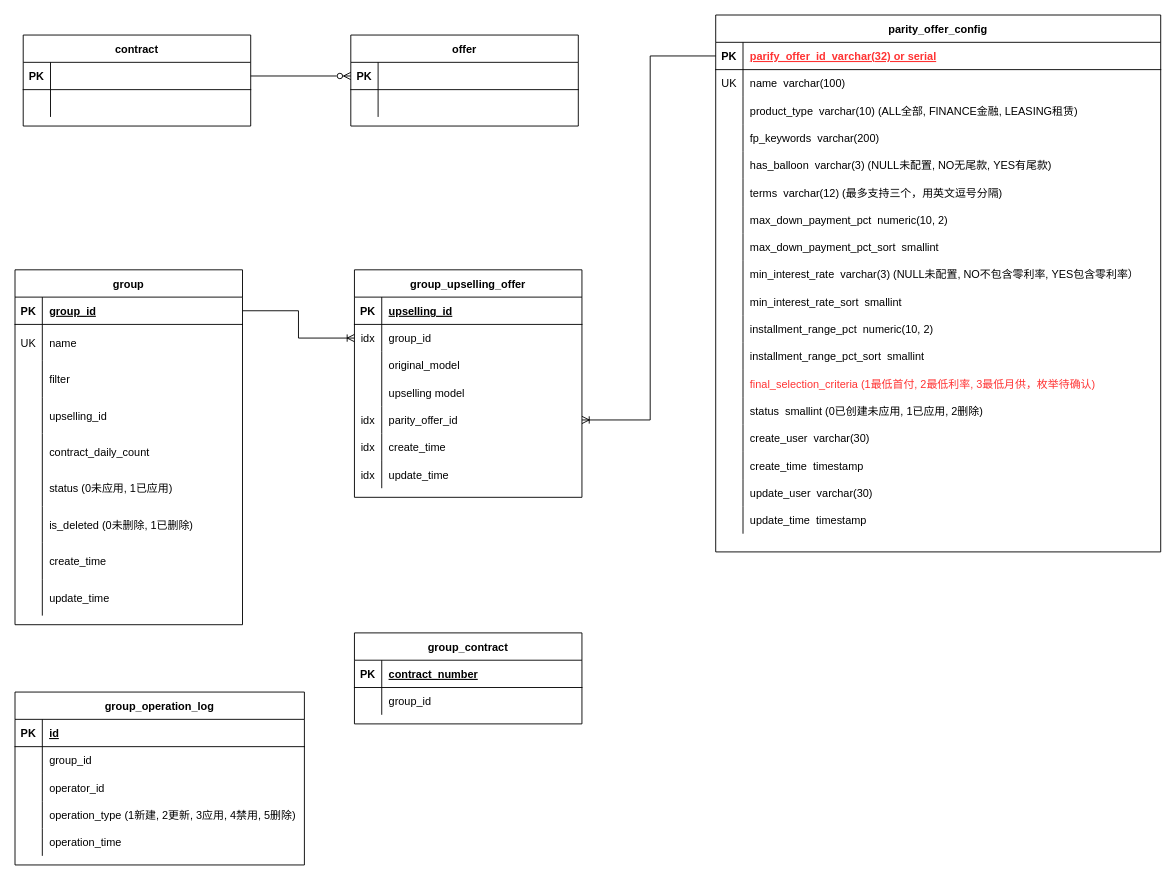
Above: insight.drawio in likun0121/insight (draw.io), before the change. Source tidied: cells renumbered, new cells numbered last; positions are measured from the earlier drawing's top-left corner, leaving out a move shared by most shapes. Both pictures are drawn from the tidied source at 91%, with x=0, y=0 at pixel (15, 15).
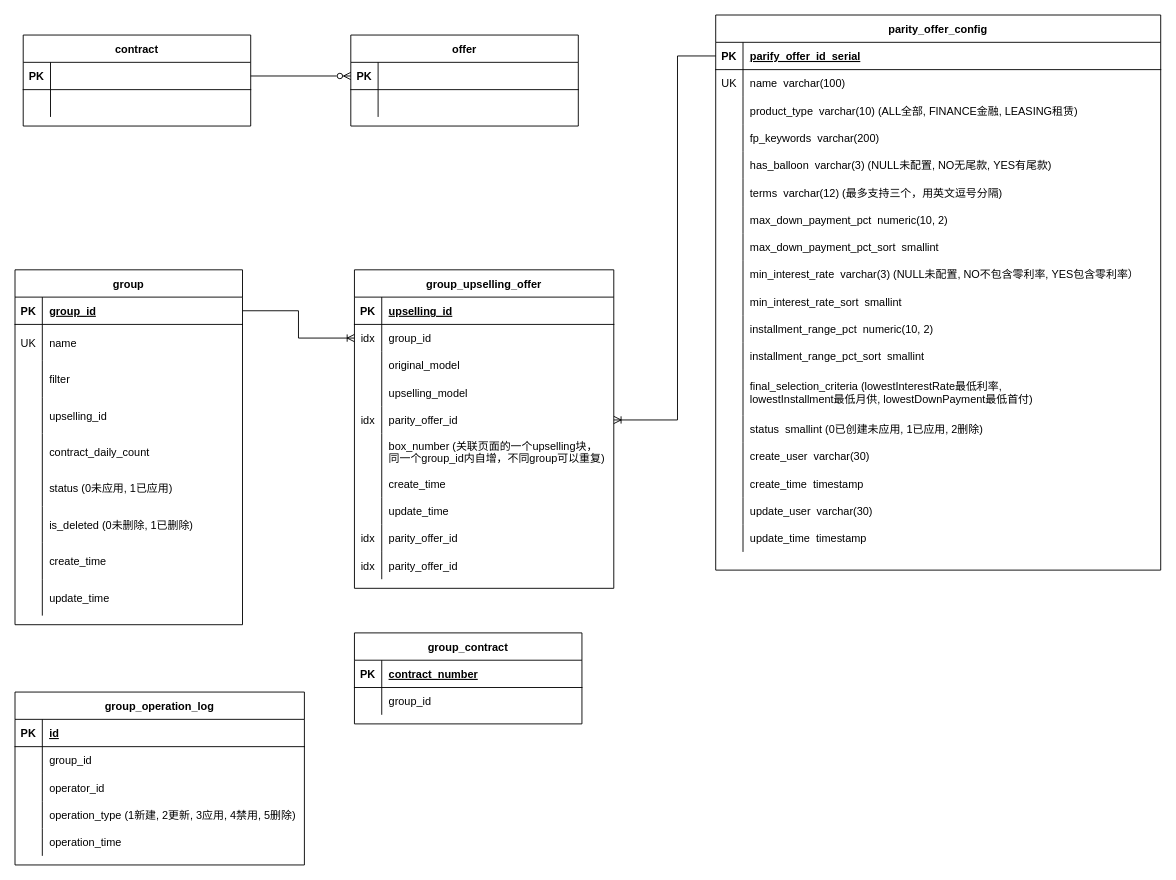
Above is the later version.

The change refers to these unchanged cells:
```xml
<mxCell id="46" style="shape=partialRectangle;fillColor=none;points=[[0,0.5],[1,0.5]];portConstraint=eastwest;top=0;left=0;right=0;bottom=1;" parent="45" vertex="1">
  <mxGeometry y="30" width="489" height="30" as="geometry" />
</mxCell>
```

Change to the diagram source:
```diff
@@
     <mxCell id="45" value="parity_offer_config" style="shape=table;startSize=30;childLayout=tableLayout;rowLines=0;fontStyle=1;align=center;" parent="1" vertex="1">
-      <mxGeometry x="770" width="489" height="590" as="geometry" />
+      <mxGeometry x="770" width="489" height="610" as="geometry" />
     </mxCell>
@@
-    <mxCell id="48" value="parify_offer_id  varchar(32) or serial" style="shape=partialRectangle;overflow=hidden;fillColor=none;top=0;left=0;bottom=0;right=0;align=left;spacingLeft=6;fontStyle=5;fontColor=#FF3333;" parent="46" vertex="1">
+    <mxCell id="48" value="parify_offer_id  serial" style="shape=partialRectangle;overflow=hidden;fillColor=none;top=0;left=0;bottom=0;right=0;align=left;spacingLeft=6;fontStyle=5;fontColor=#000000;" parent="46" vertex="1">
       <mxGeometry x="30" width="459" height="30" as="geometry" />
     </mxCell>
@@
     <mxCell id="82" style="shape=partialRectangle;fillColor=none;top=0;left=0;right=0;bottom=0;" parent="45" vertex="1">
-      <mxGeometry y="390" width="489" height="30" as="geometry" />
+      <mxGeometry y="390" width="489" height="50" as="geometry" />
     </mxCell>
     <mxCell id="83" style="shape=partialRectangle;overflow=hidden;fillColor=none;top=0;left=0;bottom=0;right=0;" parent="82" vertex="1">
-      <mxGeometry width="30" height="30" as="geometry" />
+      <mxGeometry width="30" height="50" as="geometry" />
     </mxCell>
-    <mxCell id="84" value="final_selection_criteria (1最低首付, 2最低利率, 3最低月供，枚举待确认)" style="shape=partialRectangle;overflow=hidden;fillColor=none;top=0;left=0;bottom=0;right=0;align=left;spacingLeft=6;fontColor=#FF3333;" parent="82" vertex="1">
-      <mxGeometry x="30" width="459" height="30" as="geometry" />
+    <mxCell id="84" value="final_selection_criteria (lowestInterestRate最低利率, &#10;lowestInstallment最低月供, lowestDownPayment最低首付)" style="shape=partialRectangle;overflow=hidden;fillColor=none;top=0;left=0;bottom=0;right=0;align=left;spacingLeft=6;fontColor=#000000;" parent="82" vertex="1">
+      <mxGeometry x="30" width="459" height="50" as="geometry" />
     </mxCell>
     <mxCell id="85" style="shape=partialRectangle;fillColor=none;top=0;left=0;right=0;bottom=0;" parent="45" vertex="1">
-      <mxGeometry y="420" width="489" height="30" as="geometry" />
+      <mxGeometry y="440" width="489" height="30" as="geometry" />
     </mxCell>
@@
     <mxCell id="88" style="shape=partialRectangle;fillColor=none;top=0;left=0;right=0;bottom=0;" parent="45" vertex="1">
-      <mxGeometry y="450" width="489" height="30" as="geometry" />
+      <mxGeometry y="470" width="489" height="30" as="geometry" />
     </mxCell>
@@
     <mxCell id="91" style="shape=partialRectangle;fillColor=none;top=0;left=0;right=0;bottom=0;" parent="45" vertex="1">
-      <mxGeometry y="480" width="489" height="30" as="geometry" />
+      <mxGeometry y="500" width="489" height="30" as="geometry" />
     </mxCell>
@@
     <mxCell id="94" style="shape=partialRectangle;fillColor=none;top=0;left=0;right=0;bottom=0;" parent="45" vertex="1">
-      <mxGeometry y="510" width="489" height="30" as="geometry" />
+      <mxGeometry y="530" width="489" height="30" as="geometry" />
     </mxCell>
@@
     <mxCell id="97" style="shape=partialRectangle;fillColor=none;top=0;left=0;right=0;bottom=0;" parent="45" vertex="1">
-      <mxGeometry y="540" width="489" height="30" as="geometry" />
+      <mxGeometry y="560" width="489" height="30" as="geometry" />
     </mxCell>
@@
     <mxCell id="100" value="group_upselling_offer" style="shape=table;startSize=30;childLayout=tableLayout;rowLines=0;fontStyle=1;align=center;" parent="1" vertex="1">
-      <mxGeometry x="373" y="280" width="250" height="250" as="geometry" />
+      <mxGeometry x="373" y="280" width="285" height="350" as="geometry" />
     </mxCell>
     <mxCell id="101" style="shape=partialRectangle;fillColor=none;top=0;left=0;right=0;bottom=1;" parent="100" vertex="1">
-      <mxGeometry y="30" width="250" height="30" as="geometry" />
+      <mxGeometry y="30" width="285" height="30" as="geometry" />
     </mxCell>
@@
     <mxCell id="103" value="upselling_id" style="shape=partialRectangle;overflow=hidden;fillColor=none;top=0;left=0;bottom=0;right=0;align=left;spacingLeft=6;fontStyle=5;" parent="101" vertex="1">
-      <mxGeometry x="30" width="220" height="30" as="geometry" />
+      <mxGeometry x="30" width="255" height="30" as="geometry" />
     </mxCell>
     <mxCell id="104" style="shape=partialRectangle;fillColor=none;points=[[0,0.5],[1,0.5]];portConstraint=eastwest;top=0;left=0;right=0;bottom=0;" parent="100" vertex="1">
-      <mxGeometry y="60" width="250" height="30" as="geometry" />
+      <mxGeometry y="60" width="285" height="30" as="geometry" />
     </mxCell>
@@
     <mxCell id="106" value="group_id" style="shape=partialRectangle;overflow=hidden;fillColor=none;top=0;left=0;bottom=0;right=0;align=left;spacingLeft=6;" parent="104" vertex="1">
-      <mxGeometry x="30" width="220" height="30" as="geometry" />
+      <mxGeometry x="30" width="255" height="30" as="geometry" />
     </mxCell>
     <mxCell id="107" style="shape=partialRectangle;fillColor=none;top=0;left=0;right=0;bottom=0;" parent="100" vertex="1">
-      <mxGeometry y="90" width="250" height="30" as="geometry" />
+      <mxGeometry y="90" width="285" height="30" as="geometry" />
     </mxCell>
@@
     <mxCell id="109" value="original_model" style="shape=partialRectangle;overflow=hidden;fillColor=none;top=0;left=0;bottom=0;right=0;align=left;spacingLeft=6;" parent="107" vertex="1">
-      <mxGeometry x="30" width="220" height="30" as="geometry" />
+      <mxGeometry x="30" width="255" height="30" as="geometry" />
     </mxCell>
     <mxCell id="110" style="shape=partialRectangle;fillColor=none;top=0;left=0;right=0;bottom=0;" parent="100" vertex="1">
-      <mxGeometry y="120" width="250" height="30" as="geometry" />
+      <mxGeometry y="120" width="285" height="30" as="geometry" />
     </mxCell>
@@
-    <mxCell id="112" value="upselling model" style="shape=partialRectangle;overflow=hidden;fillColor=none;top=0;left=0;bottom=0;right=0;align=left;spacingLeft=6;" parent="110" vertex="1">
-      <mxGeometry x="30" width="220" height="30" as="geometry" />
+    <mxCell id="112" value="upselling_model" style="shape=partialRectangle;overflow=hidden;fillColor=none;top=0;left=0;bottom=0;right=0;align=left;spacingLeft=6;" parent="110" vertex="1">
+      <mxGeometry x="30" width="255" height="30" as="geometry" />
     </mxCell>
     <mxCell id="113" style="shape=partialRectangle;fillColor=none;points=[[0,0.5],[1,0.5]];portConstraint=eastwest;top=0;left=0;right=0;bottom=0;" parent="100" vertex="1">
-      <mxGeometry y="150" width="250" height="30" as="geometry" />
+      <mxGeometry y="150" width="285" height="30" as="geometry" />
     </mxCell>
@@
     <mxCell id="115" value="parity_offer_id" style="shape=partialRectangle;overflow=hidden;fillColor=none;top=0;left=0;bottom=0;right=0;align=left;spacingLeft=6;" parent="113" vertex="1">
-      <mxGeometry x="30" width="220" height="30" as="geometry" />
+      <mxGeometry x="30" width="255" height="30" as="geometry" />
     </mxCell>
+    <mxCell id="147" style="shape=partialRectangle;fillColor=none;top=0;left=0;right=0;bottom=0;" parent="100" vertex="1">
+      <mxGeometry y="180" width="285" height="40" as="geometry" />
+    </mxCell>
+    <mxCell id="148" style="shape=partialRectangle;overflow=hidden;fillColor=none;top=0;left=0;bottom=0;right=0;" parent="147" vertex="1">
+      <mxGeometry width="30" height="40" as="geometry" />
+    </mxCell>
+    <mxCell id="149" value="box_number (关联页面的一个upselling块，&#10;同一个group_id内自增，不同group可以重复)" style="shape=partialRectangle;overflow=hidden;fillColor=none;top=0;left=0;bottom=0;right=0;align=left;spacingLeft=6;" parent="147" vertex="1">
+      <mxGeometry x="30" width="255" height="40" as="geometry" />
+    </mxCell>
     <mxCell id="116" style="shape=partialRectangle;fillColor=none;top=0;left=0;right=0;bottom=0;" parent="100" vertex="1">
-      <mxGeometry y="180" width="250" height="30" as="geometry" />
+      <mxGeometry y="220" width="285" height="30" as="geometry" />
     </mxCell>
-    <mxCell id="117" value="idx" style="shape=partialRectangle;overflow=hidden;fillColor=none;top=0;left=0;bottom=0;right=0;" parent="116" vertex="1">
+    <mxCell id="117" style="shape=partialRectangle;overflow=hidden;fillColor=none;top=0;left=0;bottom=0;right=0;" parent="116" vertex="1">
       <mxGeometry width="30" height="30" as="geometry" />
     </mxCell>
     <mxCell id="118" value="create_time" style="shape=partialRectangle;overflow=hidden;fillColor=none;top=0;left=0;bottom=0;right=0;align=left;spacingLeft=6;" parent="116" vertex="1">
-      <mxGeometry x="30" width="220" height="30" as="geometry" />
+      <mxGeometry x="30" width="255" height="30" as="geometry" />
     </mxCell>
     <mxCell id="119" style="shape=partialRectangle;fillColor=none;top=0;left=0;right=0;bottom=0;" parent="100" vertex="1">
-      <mxGeometry y="210" width="250" height="30" as="geometry" />
+      <mxGeometry y="250" width="285" height="30" as="geometry" />
     </mxCell>
-    <mxCell id="120" value="idx" style="shape=partialRectangle;overflow=hidden;fillColor=none;top=0;left=0;bottom=0;right=0;" parent="119" vertex="1">
+    <mxCell id="120" style="shape=partialRectangle;overflow=hidden;fillColor=none;top=0;left=0;bottom=0;right=0;" parent="119" vertex="1">
       <mxGeometry width="30" height="30" as="geometry" />
     </mxCell>
     <mxCell id="121" value="update_time" style="shape=partialRectangle;overflow=hidden;fillColor=none;top=0;left=0;bottom=0;right=0;align=left;spacingLeft=6;" parent="119" vertex="1">
-      <mxGeometry x="30" width="220" height="30" as="geometry" />
+      <mxGeometry x="30" width="255" height="30" as="geometry" />
     </mxCell>
+    <mxCell id="150" style="shape=partialRectangle;fillColor=none;top=0;left=0;right=0;bottom=0;" parent="100" vertex="1">
+      <mxGeometry y="280" width="285" height="30" as="geometry" />
+    </mxCell>
+    <mxCell id="151" value="idx" style="shape=partialRectangle;overflow=hidden;fillColor=none;top=0;left=0;bottom=0;right=0;" parent="150" vertex="1">
+      <mxGeometry width="30" height="30" as="geometry" />
+    </mxCell>
+    <mxCell id="152" value="parity_offer_id" style="shape=partialRectangle;overflow=hidden;fillColor=none;top=0;left=0;bottom=0;right=0;align=left;spacingLeft=6;" parent="150" vertex="1">
+      <mxGeometry x="30" width="255" height="30" as="geometry" />
+    </mxCell>
+    <mxCell id="153" style="shape=partialRectangle;fillColor=none;top=0;left=0;right=0;bottom=0;" parent="100" vertex="1">
+      <mxGeometry y="310" width="285" height="30" as="geometry" />
+    </mxCell>
+    <mxCell id="154" value="idx" style="shape=partialRectangle;overflow=hidden;fillColor=none;top=0;left=0;bottom=0;right=0;" parent="153" vertex="1">
+      <mxGeometry width="30" height="30" as="geometry" />
+    </mxCell>
+    <mxCell id="155" value="parity_offer_id" style="shape=partialRectangle;overflow=hidden;fillColor=none;top=0;left=0;bottom=0;right=0;align=left;spacingLeft=6;" parent="153" vertex="1">
+      <mxGeometry x="30" width="255" height="30" as="geometry" />
+    </mxCell>
@@
     <mxCell id="130" style="edgeStyle=orthogonalEdgeStyle;rounded=0;jettySize=auto;html=1;exitX=1;exitY=0.5;exitDx=0;exitDy=0;entryX=0;entryY=0.5;entryDx=0;entryDy=0;startArrow=ERoneToMany;startFill=0;endArrow=none;endFill=0;" parent="1" edge="1" source="113" target="46">
       <mxGeometry relative="1" as="geometry">
         <Array as="points">
-          <mxPoint x="698" y="445" />
-          <mxPoint x="698" y="45" />
+          <mxPoint x="728" y="445" />
+          <mxPoint x="728" y="45" />
         </Array>
       </mxGeometry>
     </mxCell>
```
